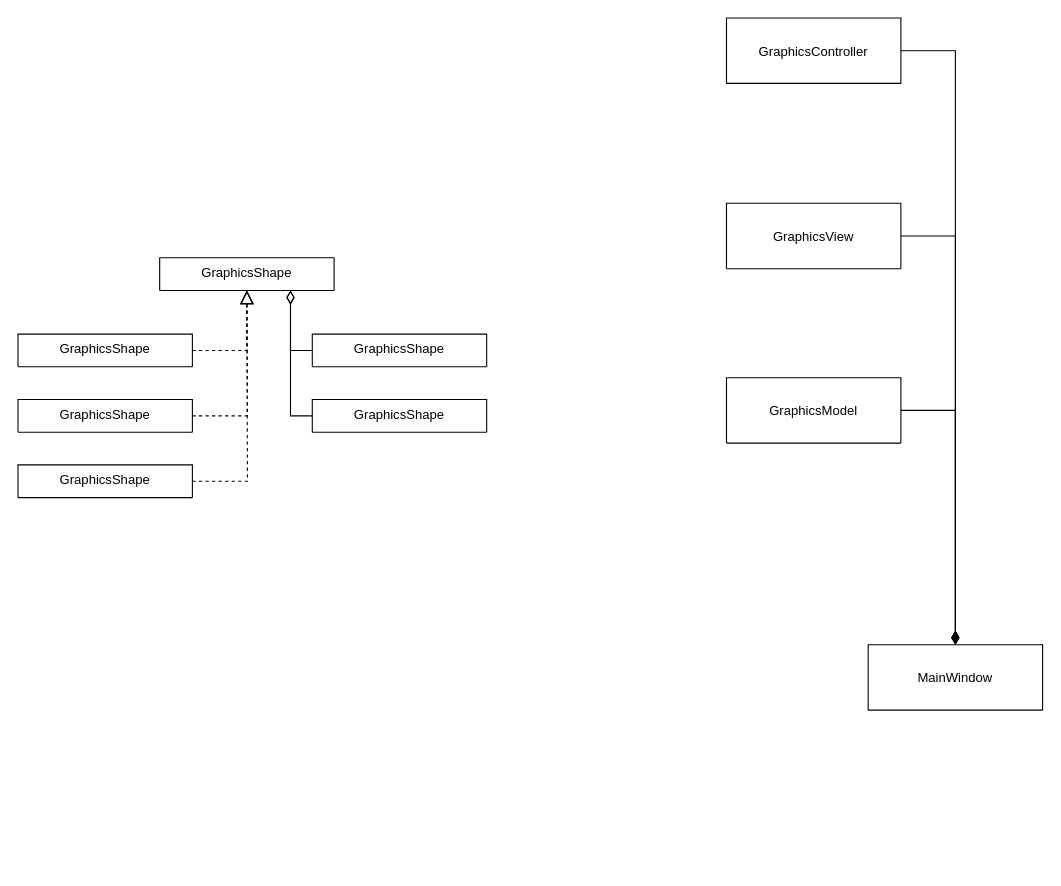
The draw.io diagram Untitled Diagram.drawio in Rishat22/GraphicsEditorArchitecture, before the edit. Source tidied: cells renumbered, new cells numbered last; positions are measured from the earlier drawing's top-left corner, leaving out a move shared by most shapes. Both pictures are drawn from the tidied source at 109%, with x=0, y=0 at pixel (17, 17).
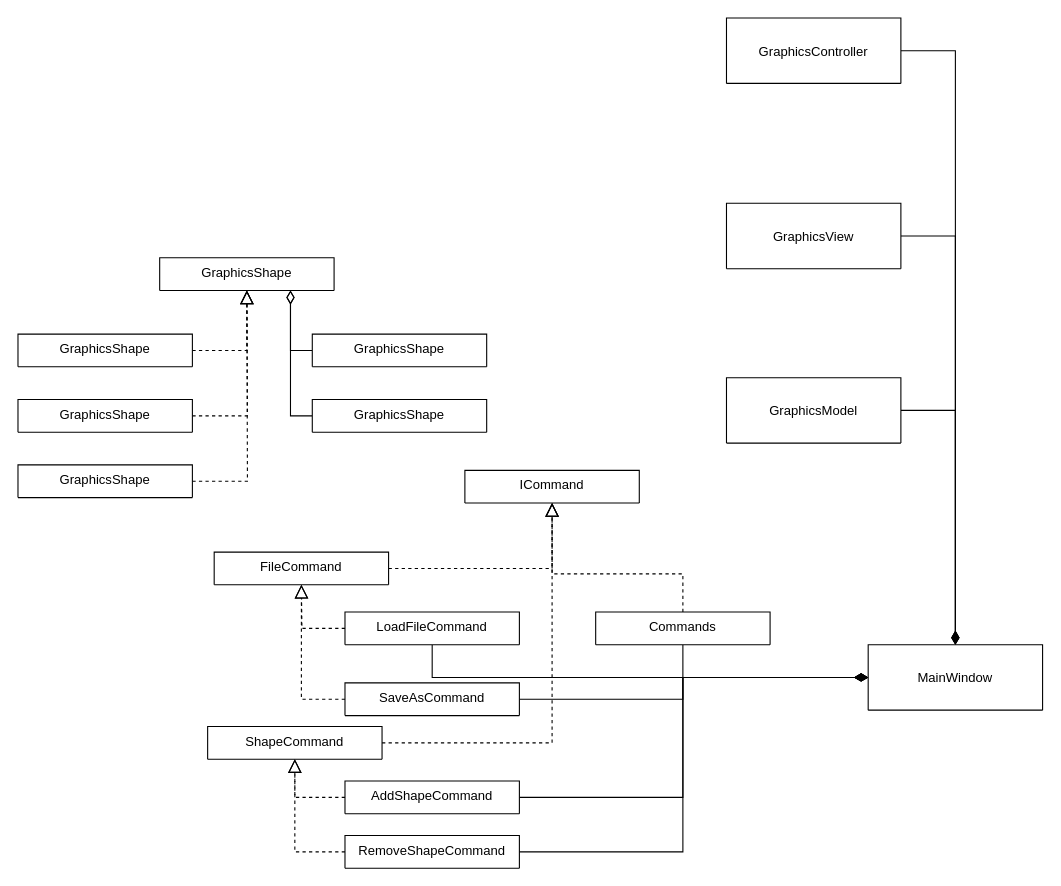
After the change.

The change refers to these unchanged cells:
```xml
<mxCell id="15" value="MainWindow" style="swimlane;fontStyle=0;align=center;verticalAlign=middle;horizontal=1;startSize=88;rounded=0;shadow=0;strokeWidth=1;" parent="1" vertex="1">
  <mxGeometry x="780" y="575" width="160" height="60" as="geometry" />
</mxCell>
```

Diff of the diagram source:
```diff
@@
+    <mxCell id="20" style="edgeStyle=orthogonalEdgeStyle;rounded=0;jettySize=auto;html=1;exitX=1;exitY=0.5;exitDx=0;exitDy=0;entryX=0.5;entryY=1;entryDx=0;entryDy=0;endArrow=block;endFill=0;endSize=10;dashed=1;" parent="1" edge="1" source="21" target="27">
+      <mxGeometry relative="1" as="geometry" />
+    </mxCell>
+    <mxCell id="21" value="FileCommand" style="swimlane;fontStyle=0;align=center;verticalAlign=top;horizontal=1;startSize=88;rounded=0;shadow=0;strokeWidth=1;" parent="1" vertex="1">
+      <mxGeometry x="180" y="490" width="160" height="30" as="geometry" />
+    </mxCell>
+    <mxCell id="22" style="edgeStyle=orthogonalEdgeStyle;rounded=0;jettySize=auto;html=1;exitX=1;exitY=0.5;exitDx=0;exitDy=0;entryX=0.5;entryY=1;entryDx=0;entryDy=0;endArrow=block;endFill=0;endSize=10;dashed=1;" parent="1" edge="1" source="23" target="27">
+      <mxGeometry relative="1" as="geometry" />
+    </mxCell>
+    <mxCell id="23" value="ShapeCommand" style="swimlane;fontStyle=0;align=center;verticalAlign=top;horizontal=1;startSize=88;rounded=0;shadow=0;strokeWidth=1;" parent="1" vertex="1">
+      <mxGeometry x="174" y="650" width="160" height="30" as="geometry" />
+    </mxCell>
+    <mxCell id="24" style="edgeStyle=orthogonalEdgeStyle;rounded=0;jettySize=auto;html=1;entryX=0;entryY=0.5;entryDx=0;entryDy=0;endArrow=diamondThin;endFill=1;endSize=10;" parent="1" edge="1" source="26" target="15">
+      <mxGeometry relative="1" as="geometry">
+        <Array as="points">
+          <mxPoint x="610" y="605" />
+        </Array>
+      </mxGeometry>
+    </mxCell>
+    <mxCell id="25" style="edgeStyle=orthogonalEdgeStyle;rounded=0;jettySize=auto;html=1;exitX=0.5;exitY=0;exitDx=0;exitDy=0;entryX=0.5;entryY=1;entryDx=0;entryDy=0;endArrow=block;endFill=0;endSize=10;dashed=1;" parent="1" edge="1" source="26" target="27">
+      <mxGeometry relative="1" as="geometry">
+        <Array as="points">
+          <mxPoint x="610" y="510" />
+          <mxPoint x="490" y="510" />
+        </Array>
+      </mxGeometry>
+    </mxCell>
+    <mxCell id="26" value="Commands" style="swimlane;fontStyle=0;align=center;verticalAlign=top;horizontal=1;startSize=88;rounded=0;shadow=0;strokeWidth=1;" parent="1" vertex="1">
+      <mxGeometry x="530" y="545" width="160" height="30" as="geometry" />
+    </mxCell>
+    <mxCell id="27" value="ICommand" style="swimlane;fontStyle=0;align=center;verticalAlign=top;horizontal=1;startSize=88;rounded=0;shadow=0;strokeWidth=1;" parent="1" vertex="1">
+      <mxGeometry x="410" y="415" width="160" height="30" as="geometry" />
+    </mxCell>
+    <mxCell id="28" style="edgeStyle=orthogonalEdgeStyle;rounded=0;jettySize=auto;html=1;exitX=0;exitY=0.5;exitDx=0;exitDy=0;entryX=0.5;entryY=1;entryDx=0;entryDy=0;dashed=1;endArrow=block;endFill=0;endSize=10;" parent="1" edge="1" source="30" target="23">
+      <mxGeometry relative="1" as="geometry" />
+    </mxCell>
+    <mxCell id="29" style="edgeStyle=orthogonalEdgeStyle;rounded=0;jettySize=auto;html=1;exitX=1;exitY=0.5;exitDx=0;exitDy=0;entryX=0;entryY=0.5;entryDx=0;entryDy=0;endArrow=diamondThin;endFill=1;endSize=10;" parent="1" edge="1" source="30" target="15">
+      <mxGeometry relative="1" as="geometry">
+        <Array as="points">
+          <mxPoint x="610" y="715" />
+          <mxPoint x="610" y="605" />
+        </Array>
+      </mxGeometry>
+    </mxCell>
+    <mxCell id="30" value="AddShapeCommand" style="swimlane;fontStyle=0;align=center;verticalAlign=top;horizontal=1;startSize=88;rounded=0;shadow=0;strokeWidth=1;" parent="1" vertex="1">
+      <mxGeometry x="300" y="700" width="160" height="30" as="geometry" />
+    </mxCell>
+    <mxCell id="31" style="edgeStyle=orthogonalEdgeStyle;rounded=0;jettySize=auto;html=1;exitX=0;exitY=0.5;exitDx=0;exitDy=0;entryX=0.5;entryY=1;entryDx=0;entryDy=0;dashed=1;endArrow=block;endFill=0;endSize=10;" parent="1" edge="1" source="33" target="23">
+      <mxGeometry relative="1" as="geometry" />
+    </mxCell>
+    <mxCell id="32" style="edgeStyle=orthogonalEdgeStyle;rounded=0;jettySize=auto;html=1;entryX=0;entryY=0.5;entryDx=0;entryDy=0;endArrow=diamondThin;endFill=1;endSize=10;" parent="1" edge="1" source="33" target="15">
+      <mxGeometry relative="1" as="geometry">
+        <Array as="points">
+          <mxPoint x="610" y="765" />
+          <mxPoint x="610" y="605" />
+        </Array>
+      </mxGeometry>
+    </mxCell>
+    <mxCell id="33" value="RemoveShapeCommand" style="swimlane;fontStyle=0;align=center;verticalAlign=top;horizontal=1;startSize=88;rounded=0;shadow=0;strokeWidth=1;" parent="1" vertex="1">
+      <mxGeometry x="300" y="750" width="160" height="30" as="geometry" />
+    </mxCell>
+    <mxCell id="34" style="edgeStyle=orthogonalEdgeStyle;rounded=0;jettySize=auto;html=1;exitX=0;exitY=0.5;exitDx=0;exitDy=0;entryX=0.5;entryY=1;entryDx=0;entryDy=0;dashed=1;endArrow=block;endFill=0;endSize=10;" parent="1" edge="1" source="36" target="21">
+      <mxGeometry relative="1" as="geometry" />
+    </mxCell>
+    <mxCell id="35" style="edgeStyle=orthogonalEdgeStyle;rounded=0;jettySize=auto;html=1;entryX=0;entryY=0.5;entryDx=0;entryDy=0;endArrow=diamondThin;endFill=1;endSize=10;" parent="1" edge="1" source="36" target="15">
+      <mxGeometry relative="1" as="geometry">
+        <Array as="points">
+          <mxPoint x="610" y="625" />
+          <mxPoint x="610" y="605" />
+        </Array>
+      </mxGeometry>
+    </mxCell>
+    <mxCell id="36" value="SaveAsCommand" style="swimlane;fontStyle=0;align=center;verticalAlign=top;horizontal=1;startSize=88;rounded=0;shadow=0;strokeWidth=1;" parent="1" vertex="1">
+      <mxGeometry x="300" y="610" width="160" height="30" as="geometry" />
+    </mxCell>
+    <mxCell id="37" style="edgeStyle=orthogonalEdgeStyle;rounded=0;jettySize=auto;html=1;exitX=0;exitY=0.5;exitDx=0;exitDy=0;dashed=1;endArrow=block;endFill=0;endSize=10;" parent="1" edge="1" source="39">
+      <mxGeometry relative="1" as="geometry">
+        <mxPoint x="260" y="520" as="targetPoint" />
+      </mxGeometry>
+    </mxCell>
+    <mxCell id="38" style="edgeStyle=orthogonalEdgeStyle;rounded=0;jettySize=auto;html=1;entryX=0;entryY=0.5;entryDx=0;entryDy=0;endArrow=diamondThin;endFill=1;endSize=10;" parent="1" edge="1" source="39" target="15">
+      <mxGeometry relative="1" as="geometry">
+        <Array as="points">
+          <mxPoint x="380" y="605" />
+        </Array>
+      </mxGeometry>
+    </mxCell>
+    <mxCell id="39" value="LoadFileCommand" style="swimlane;fontStyle=0;align=center;verticalAlign=top;horizontal=1;startSize=88;rounded=0;shadow=0;strokeWidth=1;" parent="1" vertex="1">
+      <mxGeometry x="300" y="545" width="160" height="30" as="geometry" />
+    </mxCell>
```
